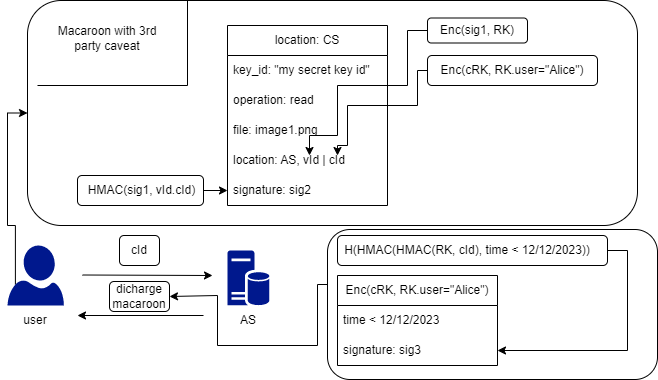
Above: praca/images/user_request.png in jitka1997/bachalor-thesis (draw.io), before the change. Source tidied: cells renumbered, new cells last; positions are measured from the earlier drawing's top-left corner, leaving out a move shared by most shapes. The source it was exported from:
```xml
<mxGraphModel>
  <root>
    <mxCell id="0" />
    <mxCell id="1" parent="0" />
    <mxCell id="2" value="location: CS" style="swimlane;fontStyle=0;horizontal=1;startSize=30;whiteSpace=wrap;html=1;" parent="1" vertex="1">
      <mxGeometry x="222" y="25" width="160" height="180" as="geometry" />
    </mxCell>
    <mxCell id="3" value="key_id: &quot;my secret key id&quot;" style="text;strokeColor=none;fillColor=none;align=left;verticalAlign=middle;spacingLeft=4;spacingRight=4;overflow=hidden;whiteSpace=wrap;html=1;" parent="2" vertex="1">
      <mxGeometry y="30" width="160" height="30" as="geometry" />
    </mxCell>
    <mxCell id="4" value="operation: read" style="text;strokeColor=none;fillColor=none;align=left;verticalAlign=middle;spacingLeft=4;spacingRight=4;overflow=hidden;whiteSpace=wrap;html=1;" parent="2" vertex="1">
      <mxGeometry y="60" width="160" height="30" as="geometry" />
    </mxCell>
    <mxCell id="5" value="file: image1.png" style="text;strokeColor=none;fillColor=none;align=left;verticalAlign=middle;spacingLeft=4;spacingRight=4;overflow=hidden;whiteSpace=wrap;html=1;" parent="2" vertex="1">
      <mxGeometry y="90" width="160" height="30" as="geometry" />
    </mxCell>
    <mxCell id="6" value="location: AS, vId | cId" style="text;strokeColor=none;fillColor=none;align=left;verticalAlign=middle;spacingLeft=4;spacingRight=4;overflow=hidden;whiteSpace=wrap;html=1;" parent="2" vertex="1">
      <mxGeometry y="120" width="160" height="30" as="geometry" />
    </mxCell>
    <mxCell id="7" value="signature: sig2" style="text;strokeColor=none;fillColor=none;align=left;verticalAlign=middle;spacingLeft=4;spacingRight=4;overflow=hidden;points=[[0,0.5],[1,0.5]];portConstraint=eastwest;whiteSpace=wrap;html=1;" parent="2" vertex="1">
      <mxGeometry y="150" width="160" height="30" as="geometry" />
    </mxCell>
    <mxCell id="8" style="group;" parent="1" vertex="1">
      <mxGeometry x="72" y="175" width="126" height="30" as="geometry" />
    </mxCell>
    <mxCell id="9" value="HMAC(sig1, vId.cId)" style="text;html=1;strokeColor=none;fillColor=none;align=center;verticalAlign=middle;whiteSpace=wrap;rounded=0;" parent="8" vertex="1">
      <mxGeometry x="3" width="123" height="30" as="geometry" />
    </mxCell>
    <mxCell id="10" style="rounded=1;whiteSpace=wrap;html=1;fillColor=none;" parent="8" vertex="1">
      <mxGeometry width="126" height="30" as="geometry" />
    </mxCell>
    <mxCell id="11" style="edgeStyle=orthogonalEdgeStyle;rounded=0;jettySize=auto;html=1;exitX=1;exitY=0.5;exitDx=0;exitDy=0;entryX=0;entryY=0.5;entryDx=0;entryDy=0;" parent="1" edge="1" source="10" target="7">
      <mxGeometry relative="1" as="geometry" />
    </mxCell>
    <mxCell id="12" value="Enc(sig1, RK)" style="text;html=1;strokeColor=none;fillColor=none;align=center;verticalAlign=middle;whiteSpace=wrap;rounded=0;" parent="1" vertex="1">
      <mxGeometry x="432" y="15" width="80" height="30" as="geometry" />
    </mxCell>
    <mxCell id="13" value="Enc(cRK, RK.user=&quot;Alice&quot;)" style="text;html=1;strokeColor=none;fillColor=none;align=center;verticalAlign=middle;whiteSpace=wrap;rounded=0;" parent="1" vertex="1">
      <mxGeometry x="432" y="55" width="150" height="30" as="geometry" />
    </mxCell>
    <mxCell id="14" style="edgeStyle=orthogonalEdgeStyle;rounded=0;jettySize=auto;html=1;exitX=0;exitY=0.5;exitDx=0;exitDy=0;" parent="1" edge="1" source="17">
      <mxGeometry relative="1" as="geometry">
        <mxPoint x="304" y="155" as="targetPoint" />
        <Array as="points">
          <mxPoint x="402" y="30" />
          <mxPoint x="402" y="85" />
          <mxPoint x="332" y="85" />
          <mxPoint x="332" y="135" />
          <mxPoint x="304" y="135" />
        </Array>
      </mxGeometry>
    </mxCell>
    <mxCell id="15" style="edgeStyle=orthogonalEdgeStyle;rounded=0;jettySize=auto;html=1;exitX=0;exitY=0.5;exitDx=0;exitDy=0;" parent="1" edge="1" source="16">
      <mxGeometry relative="1" as="geometry">
        <mxPoint x="332" y="155" as="targetPoint" />
        <Array as="points">
          <mxPoint x="412" y="70" />
          <mxPoint x="412" y="105" />
          <mxPoint x="342" y="105" />
          <mxPoint x="342" y="145" />
          <mxPoint x="332" y="145" />
        </Array>
      </mxGeometry>
    </mxCell>
    <mxCell id="16" style="rounded=1;whiteSpace=wrap;html=1;fillColor=none;" parent="1" vertex="1">
      <mxGeometry x="422" y="55" width="170" height="30" as="geometry" />
    </mxCell>
    <mxCell id="17" style="rounded=1;whiteSpace=wrap;html=1;fillColor=none;" parent="1" vertex="1">
      <mxGeometry x="422" y="17.5" width="100" height="25" as="geometry" />
    </mxCell>
    <mxCell id="18" style="rounded=1;whiteSpace=wrap;html=1;fillColor=none;" parent="1" vertex="1">
      <mxGeometry x="22" width="610" height="225" as="geometry" />
    </mxCell>
    <mxCell id="19" value="Macaroon with 3rd party caveat" style="text;html=1;strokeColor=none;fillColor=none;align=center;verticalAlign=middle;whiteSpace=wrap;rounded=0;" parent="1" vertex="1">
      <mxGeometry x="42" y="17.5" width="120" height="40" as="geometry" />
    </mxCell>
    <mxCell id="20" style="endArrow=none;html=1;rounded=0;endSize=2;" parent="1" edge="1">
      <mxGeometry relative="1" as="geometry">
        <mxPoint x="32" y="85" as="sourcePoint" />
        <mxPoint x="182" as="targetPoint" />
        <Array as="points">
          <mxPoint x="182" y="85" />
        </Array>
      </mxGeometry>
    </mxCell>
    <mxCell id="21" style="edgeStyle=orthogonalEdgeStyle;rounded=0;jettySize=auto;html=1;exitX=0.14;exitY=0.65;exitDx=0;exitDy=0;exitPerimeter=0;entryX=0;entryY=0.5;entryDx=0;entryDy=0;" parent="1" edge="1" source="22" target="18">
      <mxGeometry relative="1" as="geometry" />
    </mxCell>
    <mxCell id="22" style="sketch=0;shadow=0;dashed=0;html=1;strokeColor=none;labelPosition=center;verticalLabelPosition=bottom;verticalAlign=top;align=center;fillColor=#00188D;shape=mxgraph.azure.user;" parent="1" vertex="1">
      <mxGeometry x="2" y="245" width="56.4" height="60" as="geometry" />
    </mxCell>
    <mxCell id="23" style="group;" parent="1" vertex="1">
      <mxGeometry x="104" y="235" width="60" height="30" as="geometry" />
    </mxCell>
    <mxCell id="24" value="cId" style="text;html=1;strokeColor=none;fillColor=none;align=center;verticalAlign=middle;whiteSpace=wrap;rounded=0;" parent="23" vertex="1">
      <mxGeometry width="60" height="30" as="geometry" />
    </mxCell>
    <mxCell id="25" style="rounded=1;whiteSpace=wrap;html=1;fillColor=none;" parent="23" vertex="1">
      <mxGeometry x="10" width="40" height="30" as="geometry" />
    </mxCell>
    <mxCell id="26" style="sketch=0;shadow=0;dashed=0;html=1;strokeColor=none;labelPosition=center;verticalLabelPosition=bottom;verticalAlign=top;align=center;fillColor=#00188D;shape=mxgraph.mscae.enterprise.database_server;" parent="1" vertex="1">
      <mxGeometry x="222" y="250" width="41.8" height="55" as="geometry" />
    </mxCell>
    <mxCell id="27" value="user" style="text;html=1;strokeColor=none;fillColor=none;align=center;verticalAlign=middle;whiteSpace=wrap;rounded=0;" parent="1" vertex="1">
      <mxGeometry x="0.2" y="305" width="60" height="30" as="geometry" />
    </mxCell>
    <mxCell id="28" value="AS" style="text;html=1;strokeColor=none;fillColor=none;align=center;verticalAlign=middle;whiteSpace=wrap;rounded=0;" parent="1" vertex="1">
      <mxGeometry x="212.9" y="305" width="60" height="30" as="geometry" />
    </mxCell>
    <mxCell id="29" style="endArrow=classic;html=1;rounded=0;" parent="1" edge="1">
      <mxGeometry relative="1" as="geometry">
        <mxPoint x="77" y="274.5" as="sourcePoint" />
        <mxPoint x="207" y="275" as="targetPoint" />
      </mxGeometry>
    </mxCell>
    <mxCell id="30" style="endArrow=classic;html=1;rounded=0;" parent="1" edge="1">
      <mxGeometry relative="1" as="geometry">
        <mxPoint x="198" y="315" as="sourcePoint" />
        <mxPoint x="72" y="315" as="targetPoint" />
      </mxGeometry>
    </mxCell>
    <mxCell id="31" style="group;" parent="1" vertex="1">
      <mxGeometry x="104" y="281" width="60" height="30" as="geometry" />
    </mxCell>
    <mxCell id="32" value="dicharge macaroon" style="text;html=1;strokeColor=none;fillColor=none;align=center;verticalAlign=middle;whiteSpace=wrap;rounded=0;" parent="31" vertex="1">
      <mxGeometry width="60" height="30" as="geometry" />
    </mxCell>
    <mxCell id="33" style="rounded=1;whiteSpace=wrap;html=1;fillColor=none;" parent="31" vertex="1">
      <mxGeometry width="60" height="30" as="geometry" />
    </mxCell>
    <mxCell id="34" style="rounded=1;whiteSpace=wrap;html=1;fillColor=none;" parent="1" vertex="1">
      <mxGeometry x="322" y="229" width="330" height="150" as="geometry" />
    </mxCell>
    <mxCell id="35" style="group;" parent="1" vertex="1">
      <mxGeometry x="322" y="235" width="280" height="30" as="geometry" />
    </mxCell>
    <mxCell id="36" value="H(HMAC(HMAC(RK, cId), time &amp;lt; 12/12/2023))" style="text;html=1;strokeColor=none;fillColor=none;align=center;verticalAlign=middle;whiteSpace=wrap;rounded=0;" parent="35" vertex="1">
      <mxGeometry width="280" height="30" as="geometry" />
    </mxCell>
    <mxCell id="37" style="rounded=1;whiteSpace=wrap;html=1;fillColor=none;" parent="35" vertex="1">
      <mxGeometry x="10" width="270" height="30" as="geometry" />
    </mxCell>
    <mxCell id="38" style="group;" parent="1" vertex="1">
      <mxGeometry x="332" y="275" width="160" height="90" as="geometry" />
    </mxCell>
    <mxCell id="39" value="Enc(cRK, RK.user=&quot;Alice&quot;)" style="swimlane;fontStyle=0;horizontal=1;startSize=30;whiteSpace=wrap;html=1;" parent="38" vertex="1">
      <mxGeometry width="160" height="90" as="geometry" />
    </mxCell>
    <mxCell id="40" value="time &amp;lt; 12/12/2023" style="text;strokeColor=none;fillColor=none;align=left;verticalAlign=middle;spacingLeft=4;spacingRight=4;overflow=hidden;whiteSpace=wrap;html=1;" parent="38" vertex="1">
      <mxGeometry y="30" width="160" height="30" as="geometry" />
    </mxCell>
    <mxCell id="41" value="signature: sig3" style="text;strokeColor=none;fillColor=none;align=left;verticalAlign=middle;spacingLeft=4;spacingRight=4;overflow=hidden;points=[[0,0.5],[1,0.5]];portConstraint=eastwest;whiteSpace=wrap;html=1;" parent="38" vertex="1">
      <mxGeometry y="60" width="160" height="30" as="geometry" />
    </mxCell>
    <mxCell id="42" style="edgeStyle=orthogonalEdgeStyle;rounded=0;jettySize=auto;html=1;entryX=1;entryY=0.5;entryDx=0;entryDy=0;" parent="1" edge="1" target="33">
      <mxGeometry relative="1" as="geometry">
        <mxPoint x="322" y="284" as="sourcePoint" />
        <Array as="points">
          <mxPoint x="312" y="284" />
          <mxPoint x="312" y="345" />
          <mxPoint x="212" y="345" />
          <mxPoint x="212" y="295" />
          <mxPoint x="164" y="295" />
        </Array>
      </mxGeometry>
    </mxCell>
    <mxCell id="43" style="edgeStyle=orthogonalEdgeStyle;rounded=0;jettySize=auto;html=1;exitX=1;exitY=0.5;exitDx=0;exitDy=0;entryX=1;entryY=0.5;entryDx=0;entryDy=0;" parent="1" edge="1" source="37" target="41">
      <mxGeometry relative="1" as="geometry" />
    </mxCell>
  </root>
</mxGraphModel>
```
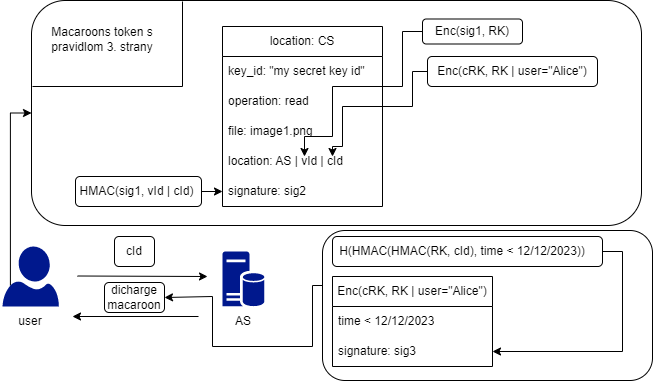
The same file after the commit.

The edit, as a diff of the source:
```diff
@@ -14,20 +14,20 @@
     <mxCell id="5" value="file: image1.png" style="text;strokeColor=none;fillColor=none;align=left;verticalAlign=middle;spacingLeft=4;spacingRight=4;overflow=hidden;whiteSpace=wrap;html=1;" parent="2" vertex="1">
       <mxGeometry y="90" width="160" height="30" as="geometry" />
     </mxCell>
-    <mxCell id="6" value="location: AS, vId | cId" style="text;strokeColor=none;fillColor=none;align=left;verticalAlign=middle;spacingLeft=4;spacingRight=4;overflow=hidden;whiteSpace=wrap;html=1;" parent="2" vertex="1">
+    <mxCell id="6" value="location: AS | vId | cId" style="text;strokeColor=none;fillColor=none;align=left;verticalAlign=middle;spacingLeft=4;spacingRight=4;overflow=hidden;whiteSpace=wrap;html=1;" parent="2" vertex="1">
       <mxGeometry y="120" width="160" height="30" as="geometry" />
     </mxCell>
     <mxCell id="7" value="signature: sig2" style="text;strokeColor=none;fillColor=none;align=left;verticalAlign=middle;spacingLeft=4;spacingRight=4;overflow=hidden;points=[[0,0.5],[1,0.5]];portConstraint=eastwest;whiteSpace=wrap;html=1;" parent="2" vertex="1">
       <mxGeometry y="150" width="160" height="30" as="geometry" />
     </mxCell>
     <mxCell id="8" style="group;" parent="1" vertex="1">
-      <mxGeometry x="72" y="175" width="126" height="30" as="geometry" />
+      <mxGeometry x="72" y="175" width="129" height="30" as="geometry" />
     </mxCell>
-    <mxCell id="9" value="HMAC(sig1, vId.cId)" style="text;html=1;strokeColor=none;fillColor=none;align=center;verticalAlign=middle;whiteSpace=wrap;rounded=0;" parent="8" vertex="1">
+    <mxCell id="9" value="HMAC(sig1, vId | cId)" style="text;html=1;strokeColor=none;fillColor=none;align=center;verticalAlign=middle;whiteSpace=wrap;rounded=0;" parent="8" vertex="1">
       <mxGeometry x="3" width="123" height="30" as="geometry" />
     </mxCell>
     <mxCell id="10" style="rounded=1;whiteSpace=wrap;html=1;fillColor=none;" parent="8" vertex="1">
-      <mxGeometry width="126" height="30" as="geometry" />
+      <mxGeometry x="3" width="126" height="30" as="geometry" />
     </mxCell>
     <mxCell id="11" style="edgeStyle=orthogonalEdgeStyle;rounded=0;jettySize=auto;html=1;exitX=1;exitY=0.5;exitDx=0;exitDy=0;entryX=0;entryY=0.5;entryDx=0;entryDy=0;" parent="1" edge="1" source="10" target="7">
       <mxGeometry relative="1" as="geometry" />
@@ -35,8 +35,8 @@
     <mxCell id="12" value="Enc(sig1, RK)" style="text;html=1;strokeColor=none;fillColor=none;align=center;verticalAlign=middle;whiteSpace=wrap;rounded=0;" parent="1" vertex="1">
       <mxGeometry x="432" y="15" width="80" height="30" as="geometry" />
     </mxCell>
-    <mxCell id="13" value="Enc(cRK, RK.user=&quot;Alice&quot;)" style="text;html=1;strokeColor=none;fillColor=none;align=center;verticalAlign=middle;whiteSpace=wrap;rounded=0;" parent="1" vertex="1">
-      <mxGeometry x="432" y="55" width="150" height="30" as="geometry" />
+    <mxCell id="13" value="Enc(cRK, RK | user=&quot;Alice&quot;)" style="text;html=1;strokeColor=none;fillColor=none;align=center;verticalAlign=middle;whiteSpace=wrap;rounded=0;" parent="1" vertex="1">
+      <mxGeometry x="432" y="55" width="160" height="30" as="geometry" />
     </mxCell>
     <mxCell id="14" style="edgeStyle=orthogonalEdgeStyle;rounded=0;jettySize=auto;html=1;exitX=0;exitY=0.5;exitDx=0;exitDy=0;" parent="1" edge="1" source="17">
       <mxGeometry relative="1" as="geometry">
@@ -63,15 +63,15 @@
       </mxGeometry>
     </mxCell>
     <mxCell id="16" style="rounded=1;whiteSpace=wrap;html=1;fillColor=none;" parent="1" vertex="1">
-      <mxGeometry x="422" y="55" width="170" height="30" as="geometry" />
+      <mxGeometry x="427" y="55" width="170" height="30" as="geometry" />
     </mxCell>
     <mxCell id="17" style="rounded=1;whiteSpace=wrap;html=1;fillColor=none;" parent="1" vertex="1">
       <mxGeometry x="422" y="17.5" width="100" height="25" as="geometry" />
     </mxCell>
     <mxCell id="18" style="rounded=1;whiteSpace=wrap;html=1;fillColor=none;" parent="1" vertex="1">
-      <mxGeometry x="22" width="610" height="225" as="geometry" />
+      <mxGeometry x="31" y="-1" width="610" height="225" as="geometry" />
     </mxCell>
-    <mxCell id="19" value="Macaroon with 3rd party caveat" style="text;html=1;strokeColor=none;fillColor=none;align=center;verticalAlign=middle;whiteSpace=wrap;rounded=0;" parent="1" vertex="1">
+    <mxCell id="19" value="Macaroons token s pravidlom 3. strany" style="text;html=1;strokeColor=none;fillColor=none;align=center;verticalAlign=middle;whiteSpace=wrap;rounded=0;" parent="1" vertex="1">
       <mxGeometry x="42" y="17.5" width="120" height="40" as="geometry" />
     </mxCell>
     <mxCell id="20" style="endArrow=none;html=1;rounded=0;endSize=2;" parent="1" edge="1">
@@ -143,7 +143,7 @@
     <mxCell id="38" style="group;" parent="1" vertex="1">
       <mxGeometry x="332" y="275" width="160" height="90" as="geometry" />
     </mxCell>
-    <mxCell id="39" value="Enc(cRK, RK.user=&quot;Alice&quot;)" style="swimlane;fontStyle=0;horizontal=1;startSize=30;whiteSpace=wrap;html=1;" parent="38" vertex="1">
+    <mxCell id="39" value="Enc(cRK, RK | user=&quot;Alice&quot;)" style="swimlane;fontStyle=0;horizontal=1;startSize=30;whiteSpace=wrap;html=1;" parent="38" vertex="1">
       <mxGeometry width="160" height="90" as="geometry" />
     </mxCell>
     <mxCell id="40" value="time &amp;lt; 12/12/2023" style="text;strokeColor=none;fillColor=none;align=left;verticalAlign=middle;spacingLeft=4;spacingRight=4;overflow=hidden;whiteSpace=wrap;html=1;" parent="38" vertex="1">
```
